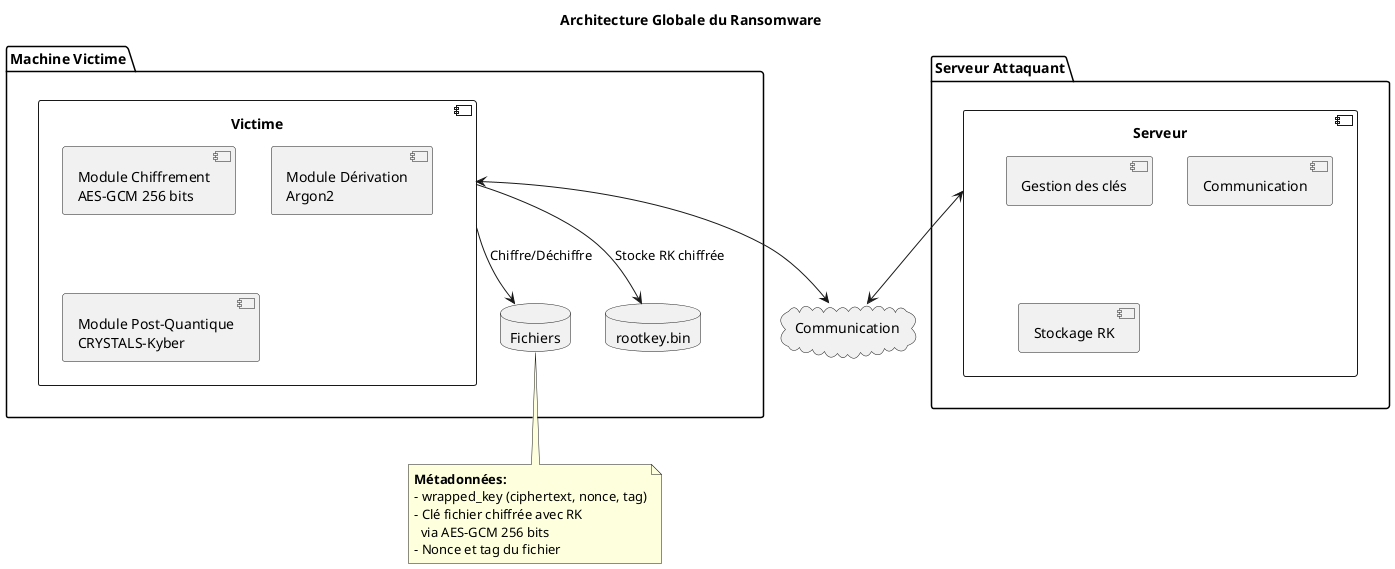
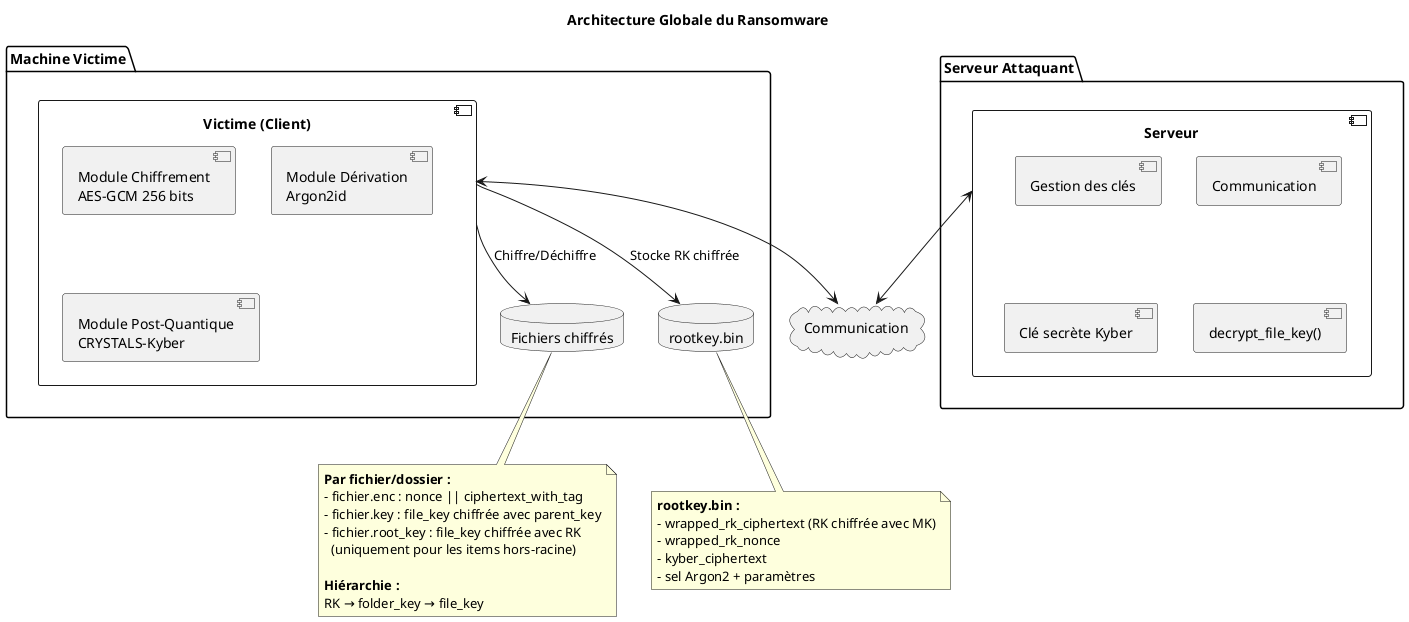
@startuml 05-Vue_ensemble

title Architecture Globale du Ransomware

package "Machine Victime" {
-     component "Victime" as victime {
+     component "Victime (Client)" as victime {
        [Module Chiffrement\nAES-GCM 256 bits] as aes
-         [Module Dérivation\nArgon2] as argon
+         [Module Dérivation\nArgon2id] as argon
        [Module Post-Quantique\nCRYSTALS-Kyber] as kyber
    }

-     database "Fichiers" as files
+     database "Fichiers chiffrés" as files
    database "rootkey.bin" as rootkey
}

package "Serveur Attaquant" {
    component "Serveur" as server {
        [Gestion des clés] as keymanager
        [Communication] as comm
-         [Stockage RK] as storage
+         [Clé secrète Kyber] as storage
+         [decrypt_file_key()] as dfl
    }
}

cloud "Communication" as network

victime <--> network
server <--> network

victime --> files : Chiffre/Déchiffre
victime --> rootkey : Stocke RK chiffrée


note bottom of files
-     **Métadonnées:**
-     - wrapped_key (ciphertext, nonce, tag)
-     - Clé fichier chiffrée avec RK
-       via AES-GCM 256 bits
-     - Nonce et tag du fichier
+   **Par fichier/dossier :**
+   - fichier.enc : nonce || ciphertext_with_tag
+   - fichier.key : file_key chiffrée avec parent_key
+   - fichier.root_key : file_key chiffrée avec RK
+     (uniquement pour les items hors-racine)
+ 
+   **Hiérarchie :**
+   RK → folder_key → file_key
+ end note
+ 
+ note bottom of rootkey
+   **rootkey.bin :**
+   - wrapped_rk_ciphertext (RK chiffrée avec MK)
+   - wrapped_rk_nonce
+   - kyber_ciphertext
+   - sel Argon2 + paramètres
end note

@enduml
